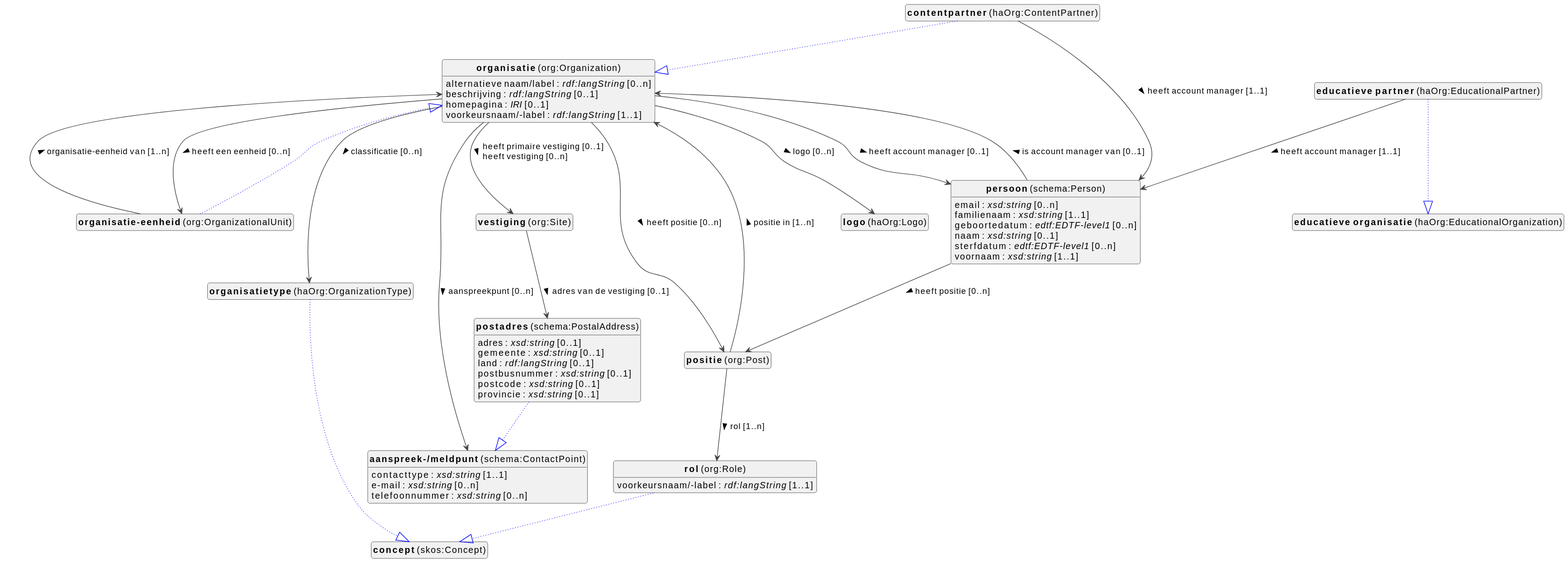
viaacode/documentation-jekyll keeps this PlantUML diagram as docs/metadata/knowledge-graph/0.0.1/organization/nl/organization-diagram.svg. Above is the earlier version.
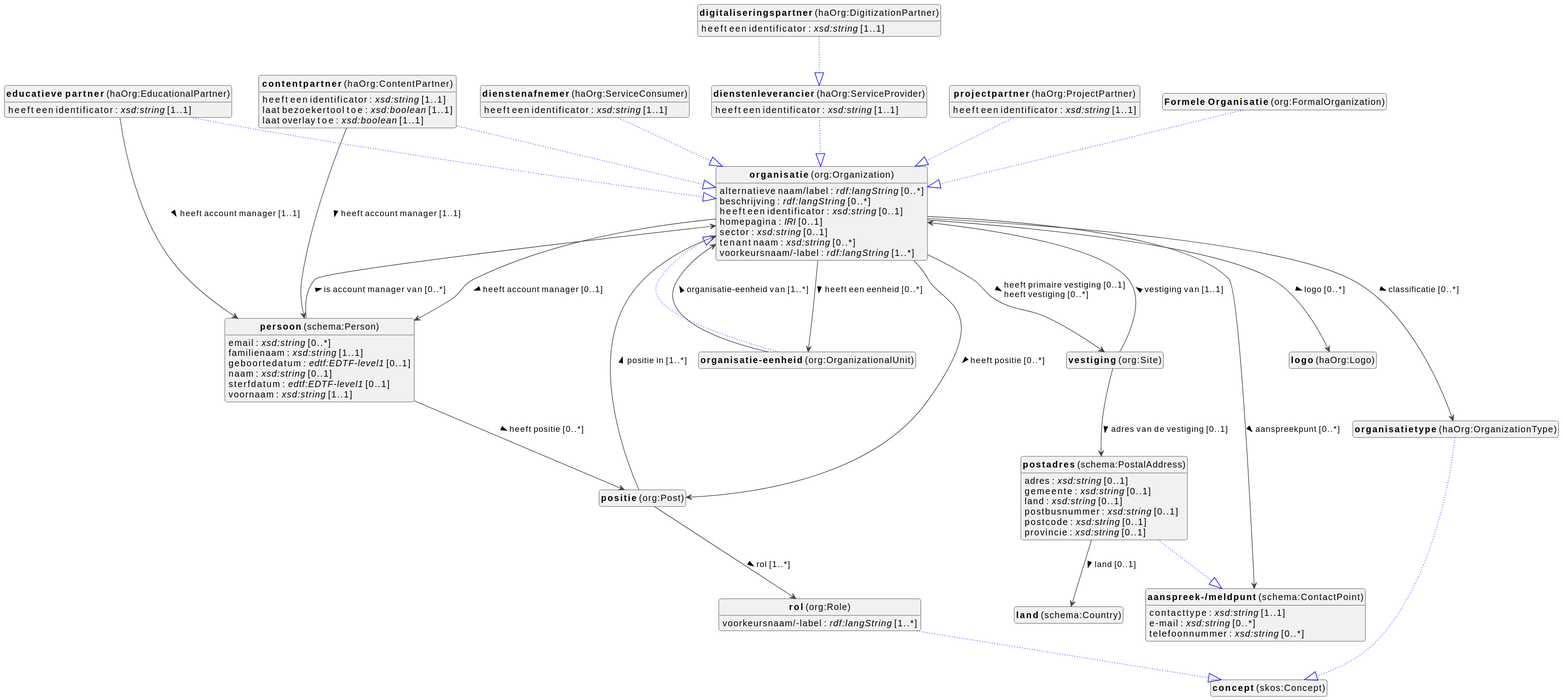
Above is the later version.

Diff of the diagram source:
```diff
@@ -10,11 +10,20 @@
 top to bottom direction
 
 
+class "<b>Formele Organisatie</b> (org:FormalOrganization)" as org_FormalOrganization [[#org%3AFormalOrganization]]
+class "<b>organisatie</b> (org:Organization)" as org_Organization [[#org%3AOrganization]]
 class "<b>aanspreek-/meldpunt</b> (schema:ContactPoint)" as schema_ContactPoint [[#schema%3AContactPoint]]
 class "<b>contentpartner</b> (haOrg:ContentPartner)" as haOrg_ContentPartner [[#haOrg%3AContentPartner]]
 class "<b>organisatie</b> (org:Organization)" as org_Organization [[#org%3AOrganization]]
+class "<b>dienstenafnemer</b> (haOrg:ServiceConsumer)" as haOrg_ServiceConsumer [[#haOrg%3AServiceConsumer]]
+class "<b>organisatie</b> (org:Organization)" as org_Organization [[#org%3AOrganization]]
+class "<b>dienstenleverancier</b> (haOrg:ServiceProvider)" as haOrg_ServiceProvider [[#haOrg%3AServiceProvider]]
+class "<b>organisatie</b> (org:Organization)" as org_Organization [[#org%3AOrganization]]
+class "<b>digitaliseringspartner</b> (haOrg:DigitizationPartner)" as haOrg_DigitizationPartner [[#haOrg%3ADigitizationPartner]]
+class "<b>dienstenleverancier</b> (haOrg:ServiceProvider)" as haOrg_ServiceProvider [[#haOrg%3AServiceProvider]]
 class "<b>educatieve partner</b> (haOrg:EducationalPartner)" as haOrg_EducationalPartner [[#haOrg%3AEducationalPartner]]
-class "<b>educatieve organisatie</b> (haOrg:EducationalOrganization)" as haOrg_EducationalOrganization [[#haOrg%3AEducationalOrganization]]
+class "<b>organisatie</b> (org:Organization)" as org_Organization [[#org%3AOrganization]]
+class "<b>land</b> (schema:Country)" as schema_Country [[#schema%3ACountry]]
 class "<b>logo</b> (haOrg:Logo)" as haOrg_Logo [[#haOrg%3ALogo]]
 class "<b>organisatie</b> (org:Organization)" as org_Organization [[#org%3AOrganization]]
 class "<b>organisatie-eenheid</b> (org:OrganizationalUnit)" as org_OrganizationalUnit [[#org%3AOrganizationalUnit]]
@@ -25,81 +34,120 @@
 class "<b>positie</b> (org:Post)" as org_Post [[#org%3APost]]
 class "<b>postadres</b> (schema:PostalAddress)" as schema_PostalAddress [[#schema%3APostalAddress]]
 class "<b>aanspreek-/meldpunt</b> (schema:ContactPoint)" as schema_ContactPoint [[#schema%3AContactPoint]]
+class "<b>projectpartner</b> (haOrg:ProjectPartner)" as haOrg_ProjectPartner [[#haOrg%3AProjectPartner]]
+class "<b>organisatie</b> (org:Organization)" as org_Organization [[#org%3AOrganization]]
 class "<b>rol</b> (org:Role)" as org_Role [[#org%3ARole]]
 class "<b>concept</b> (skos:Concept)" as skos_Concept [[#skos%3AConcept]]
 class "<b>vestiging</b> (org:Site)" as org_Site [[#org%3ASite]]
 
+org_FormalOrganization --|> org_Organization #blue;line.dotted;text:blue
+
+
 
 schema_ContactPoint : contacttype : <i>xsd:string</i> [1..1]
-schema_ContactPoint : e-mail : <i>xsd:string</i> [0..n]
-schema_ContactPoint : telefoonnummer : <i>xsd:string</i> [0..n]
+schema_ContactPoint : e-mail : <i>xsd:string</i> [0..*]
+schema_ContactPoint : telefoonnummer : <i>xsd:string</i> [0..*]
 
 
 haOrg_ContentPartner --|> org_Organization #blue;line.dotted;text:blue
 
+haOrg_ContentPartner : heeft een identificator : <i>xsd:string</i> [1..1]
+haOrg_ContentPartner : laat bezoekertool toe : <i>xsd:boolean</i> [1..1]
+haOrg_ContentPartner : laat overlay toe : <i>xsd:boolean</i> [1..1]
 haOrg_ContentPartner --> schema_Person :heeft account manager [1..1]  >
 
-haOrg_EducationalPartner --|> haOrg_EducationalOrganization #blue;line.dotted;text:blue
 
+
+haOrg_ServiceConsumer --|> org_Organization #blue;line.dotted;text:blue
+
+haOrg_ServiceConsumer : heeft een identificator : <i>xsd:string</i> [1..1]
+
+
+haOrg_ServiceProvider --|> org_Organization #blue;line.dotted;text:blue
+
+haOrg_ServiceProvider : heeft een identificator : <i>xsd:string</i> [1..1]
+
+
+haOrg_DigitizationPartner --|> haOrg_ServiceProvider #blue;line.dotted;text:blue
+
+haOrg_DigitizationPartner : heeft een identificator : <i>xsd:string</i> [1..1]
+
+
+haOrg_EducationalPartner --|> org_Organization #blue;line.dotted;text:blue
+
+haOrg_EducationalPartner : heeft een identificator : <i>xsd:string</i> [1..1]
 haOrg_EducationalPartner --> schema_Person :heeft account manager [1..1]  >
 
 
 
 
-org_Organization : alternatieve naam/label : <i>rdf:langString</i> [0..n]
-org_Organization : beschrijving : <i>rdf:langString</i> [0..1]
+
+
+
+org_Organization : alternatieve naam/label : <i>rdf:langString</i> [0..*]
+org_Organization : beschrijving : <i>rdf:langString</i> [0..*]
+org_Organization : heeft een identificator : <i>xsd:string</i> [0..1]
 org_Organization : homepagina : <i>IRI</i> [0..1]
-org_Organization : voorkeursnaam/-label : <i>rdf:langString</i> [1..1]
+org_Organization : sector : <i>xsd:string</i> [0..1]
+org_Organization : tenant naam : <i>xsd:string</i> [0..*]
+org_Organization : voorkeursnaam/-label : <i>rdf:langString</i> [1..*]
 
-org_Organization --> haOrg_Logo :logo [0..n]  >
-org_Organization --> haOrg_OrganizationType :classificatie [0..n]  >
-org_Organization --> org_OrganizationalUnit :heeft een eenheid [0..n]  >
-org_Organization --> org_Post :heeft positie [0..n]  >
-org_Organization --> org_Site :heeft primaire vestiging [0..1]  \lheeft vestiging [0..n]  >
+org_Organization --> haOrg_Logo :logo [0..*]  >
+org_Organization --> haOrg_OrganizationType :classificatie [0..*]  >
+org_Organization --> org_OrganizationalUnit :heeft een eenheid [0..*]  >
+org_Organization --> org_Post :heeft positie [0..*]  >
+org_Organization --> org_Site :heeft primaire vestiging [0..1]  \lheeft vestiging [0..*]  >
 
-org_Organization --> schema_ContactPoint :aanspreekpunt [0..n]  >
+org_Organization --> schema_ContactPoint :aanspreekpunt [0..*]  >
 org_Organization --> schema_Person :heeft account manager [0..1]  >
+
 
 org_OrganizationalUnit --|> org_Organization #blue;line.dotted;text:blue
 
-org_OrganizationalUnit --> org_Organization :organisatie-eenheid van [1..n]  >
+org_OrganizationalUnit --> org_Organization :organisatie-eenheid van [1..*]  >
 
 haOrg_OrganizationType --|> skos_Concept #blue;line.dotted;text:blue
 
 
 
-schema_Person : email : <i>xsd:string</i> [0..n]
+schema_Person : email : <i>xsd:string</i> [0..*]
 schema_Person : familienaam : <i>xsd:string</i> [1..1]
-schema_Person : geboortedatum : <i>edtf:EDTF-level1</i> [0..n]
+schema_Person : geboortedatum : <i>edtf:EDTF-level1</i> [0..1]
 schema_Person : naam : <i>xsd:string</i> [0..1]
-schema_Person : sterfdatum : <i>edtf:EDTF-level1</i> [0..n]
+schema_Person : sterfdatum : <i>edtf:EDTF-level1</i> [0..1]
 schema_Person : voornaam : <i>xsd:string</i> [1..1]
 
-schema_Person --> org_Organization :is account manager van [0..1]  >
-schema_Person --> org_Post :heeft positie [0..n]  >
+schema_Person --> org_Organization :is account manager van [0..*]  >
+schema_Person --> org_Post :heeft positie [0..*]  >
 
 
 
-org_Post --> org_Organization :positie in [1..n]  >
-org_Post --> org_Role :rol [1..n]  >
+org_Post --> org_Organization :positie in [1..*]  >
+org_Post --> org_Role :rol [1..*]  >
 
 schema_PostalAddress --|> schema_ContactPoint #blue;line.dotted;text:blue
 
 schema_PostalAddress : adres : <i>xsd:string</i> [0..1]
 schema_PostalAddress : gemeente : <i>xsd:string</i> [0..1]
-schema_PostalAddress : land : <i>rdf:langString</i> [0..1]
+schema_PostalAddress : land : <i>xsd:string</i> [0..1]
 schema_PostalAddress : postbusnummer : <i>xsd:string</i> [0..1]
 schema_PostalAddress : postcode : <i>xsd:string</i> [0..1]
 schema_PostalAddress : provincie : <i>xsd:string</i> [0..1]
+schema_PostalAddress --> schema_Country :land [0..1]  >
 
+
+haOrg_ProjectPartner --|> org_Organization #blue;line.dotted;text:blue
+
+haOrg_ProjectPartner : heeft een identificator : <i>xsd:string</i> [1..1]
 
 
 org_Role --|> skos_Concept #blue;line.dotted;text:blue
 
-org_Role : voorkeursnaam/-label : <i>rdf:langString</i> [1..1]
+org_Role : voorkeursnaam/-label : <i>rdf:langString</i> [1..*]
 
 
 
+org_Site --> org_Organization :vestiging van [1..1]  >
 org_Site --> schema_PostalAddress :adres van de vestiging [0..1]  >
 
 
```
